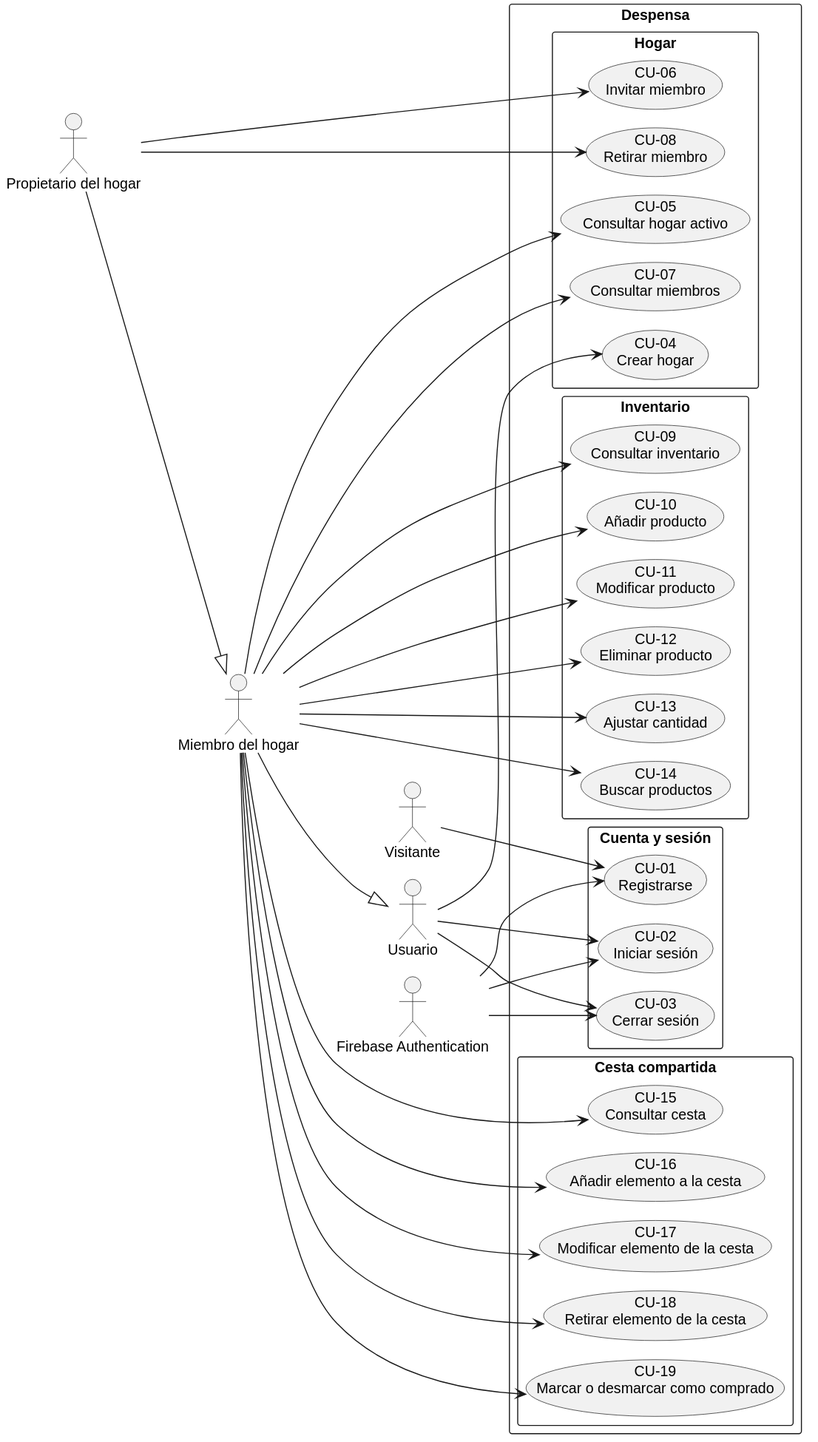
Before: docs/diagrams/casos-de-uso-despensa.svg, a diagram exported from PlantUML (Wanakox/despensa-app).
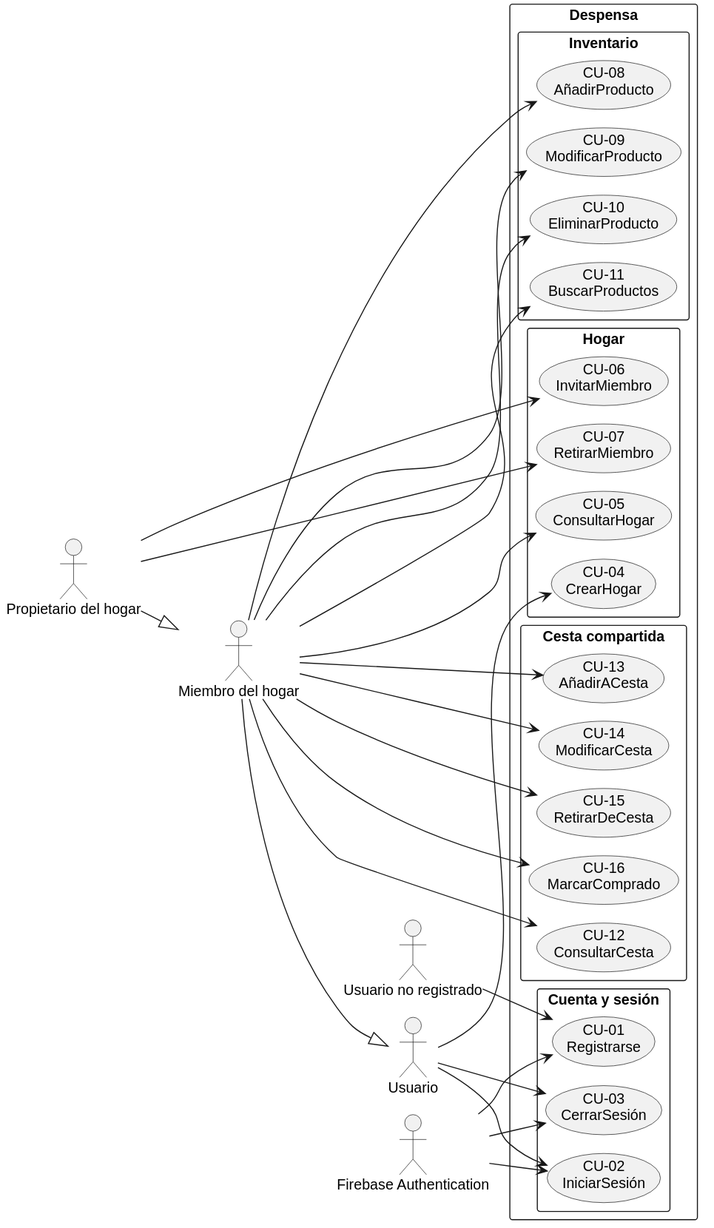
After the change.

Commit message:
docs: sincronizar diagrama con el catálogo definitivo

Diff of the diagram source:
```diff
@@ -3,7 +3,7 @@
 left to right direction
 skinparam packageStyle rectangle
 skinparam shadowing false
-actor Visitante as A1
+actor "Usuario no registrado" as A1
 actor Usuario as A2
 actor "Miembro del hogar" as A3
 actor "Propietario del hogar" as A4
@@ -13,30 +13,27 @@
 rectangle "Despensa" {
   package "Cuenta y sesión" {
     usecase "CU-01\nRegistrarse" as CU_01
-    usecase "CU-02\nIniciar sesión" as CU_02
-    usecase "CU-03\nCerrar sesión" as CU_03
+    usecase "CU-02\nIniciarSesión" as CU_02
+    usecase "CU-03\nCerrarSesión" as CU_03
   }
   package "Hogar" {
-    usecase "CU-04\nCrear hogar" as CU_04
-    usecase "CU-05\nConsultar hogar activo" as CU_05
-    usecase "CU-06\nInvitar miembro" as CU_06
-    usecase "CU-07\nConsultar miembros" as CU_07
-    usecase "CU-08\nRetirar miembro" as CU_08
+    usecase "CU-04\nCrearHogar" as CU_04
+    usecase "CU-05\nConsultarHogar" as CU_05
+    usecase "CU-06\nInvitarMiembro" as CU_06
+    usecase "CU-07\nRetirarMiembro" as CU_07
   }
   package "Inventario" {
-    usecase "CU-09\nConsultar inventario" as CU_09
-    usecase "CU-10\nAñadir producto" as CU_10
-    usecase "CU-11\nModificar producto" as CU_11
-    usecase "CU-12\nEliminar producto" as CU_12
-    usecase "CU-13\nAjustar cantidad" as CU_13
-    usecase "CU-14\nBuscar productos" as CU_14
+    usecase "CU-08\nAñadirProducto" as CU_08
+    usecase "CU-09\nModificarProducto" as CU_09
+    usecase "CU-10\nEliminarProducto" as CU_10
+    usecase "CU-11\nBuscarProductos" as CU_11
   }
   package "Cesta compartida" {
-    usecase "CU-15\nConsultar cesta" as CU_15
-    usecase "CU-16\nAñadir elemento a la cesta" as CU_16
-    usecase "CU-17\nModificar elemento de la cesta" as CU_17
-    usecase "CU-18\nRetirar elemento de la cesta" as CU_18
-    usecase "CU-19\nMarcar o desmarcar como comprado" as CU_19
+    usecase "CU-12\nConsultarCesta" as CU_12
+    usecase "CU-13\nAñadirACesta" as CU_13
+    usecase "CU-14\nModificarCesta" as CU_14
+    usecase "CU-15\nRetirarDeCesta" as CU_15
+    usecase "CU-16\nMarcarComprado" as CU_16
   }
 }
 A1 --> CU_01
@@ -48,8 +45,8 @@
 A2 --> CU_04
 A3 --> CU_05
 A4 --> CU_06
-A3 --> CU_07
-A4 --> CU_08
+A4 --> CU_07
+A3 --> CU_08
 A3 --> CU_09
 A3 --> CU_10
 A3 --> CU_11
@@ -58,7 +55,4 @@
 A3 --> CU_14
 A3 --> CU_15
 A3 --> CU_16
-A3 --> CU_17
-A3 --> CU_18
-A3 --> CU_19
 @enduml
```
